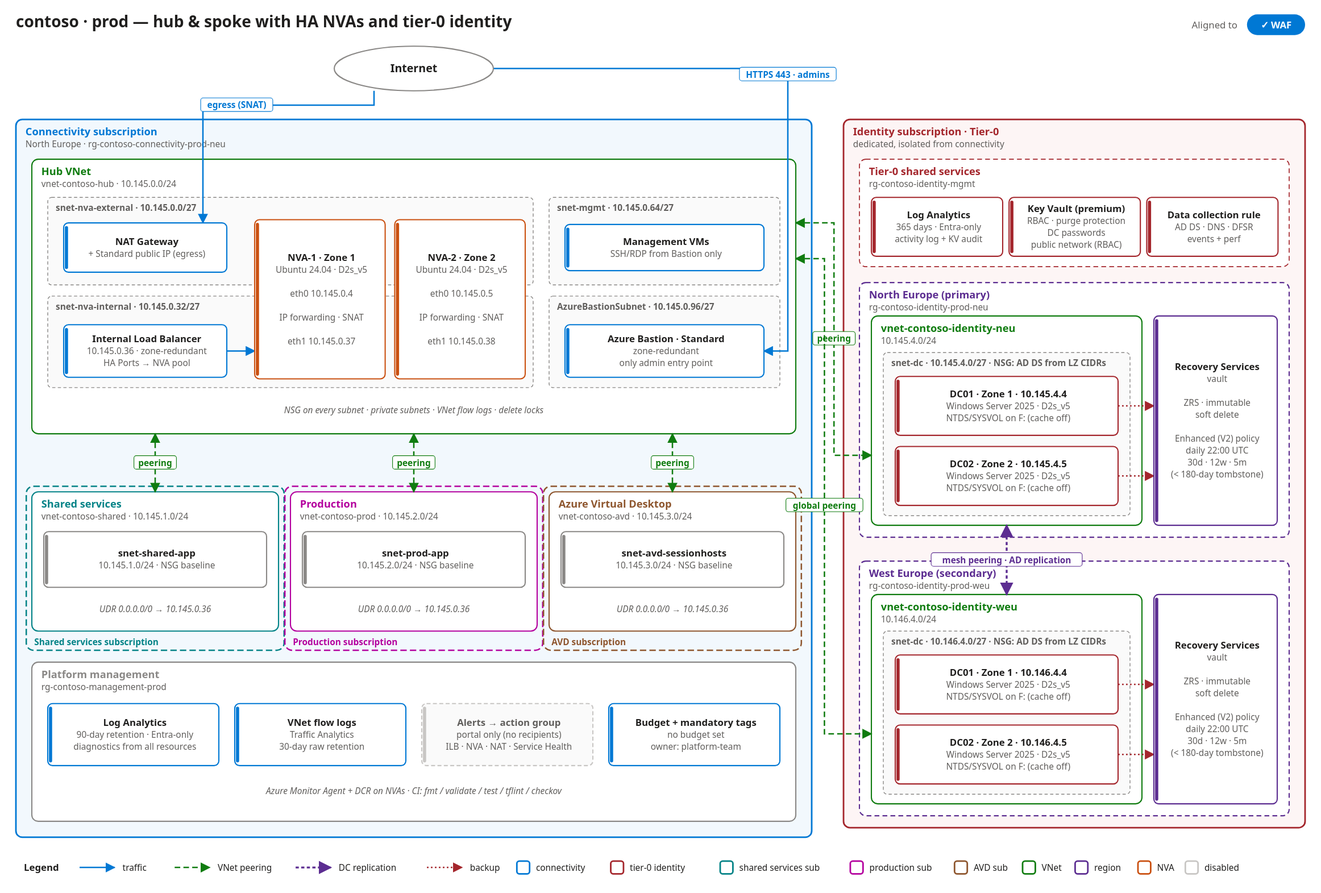
Anon212212/LandingZones keeps this draw.io diagram as docs/architecture.drawio.svg. Above is the earlier version. Source tidied: cells renumbered, new cells last; positions are measured from the earlier drawing's top-left corner, leaving out a move shared by most shapes.
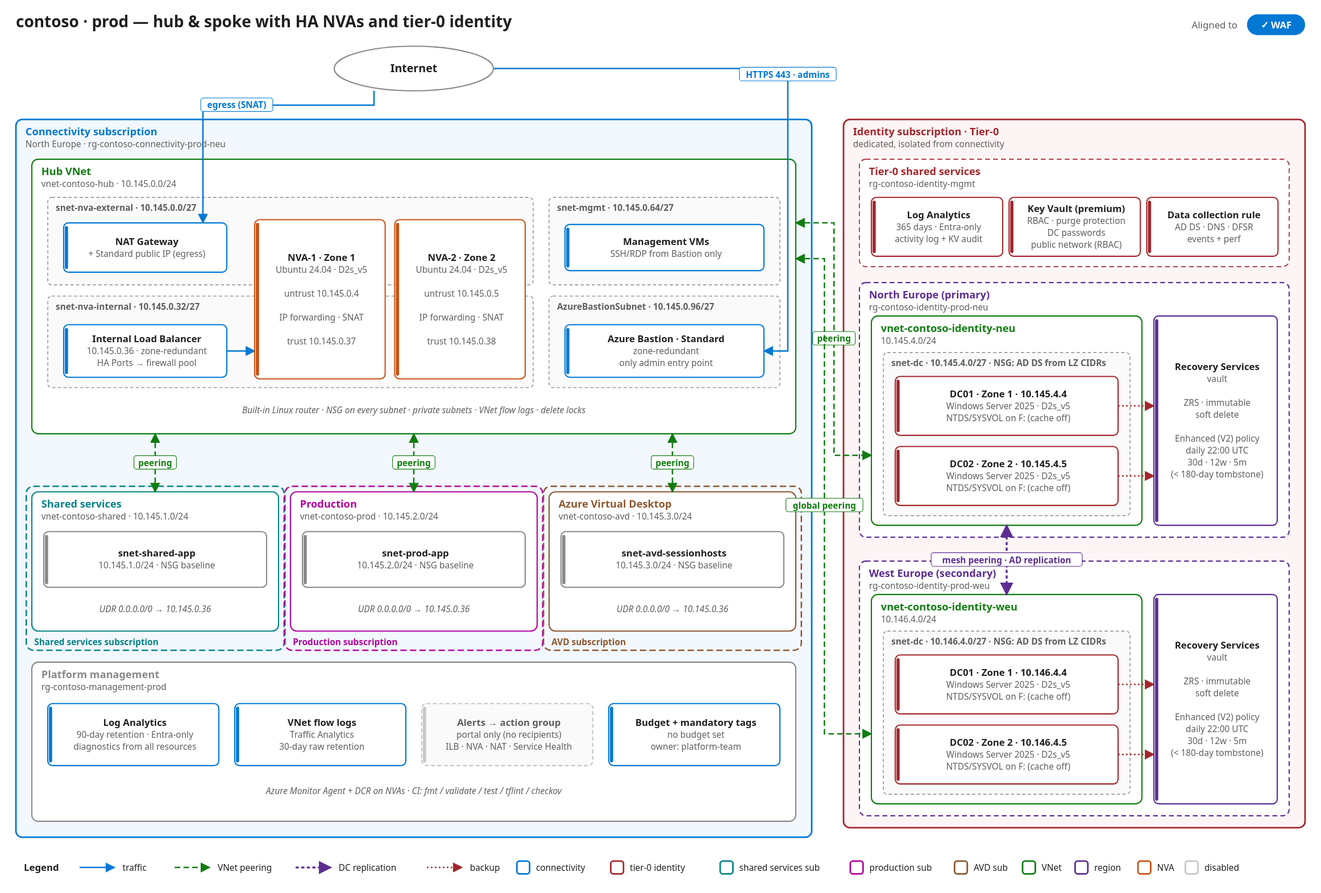
Above is the later version.

Diff of the diagram source:
```diff
@@ -23,13 +23,13 @@
     <mxCell id="8" value="&lt;b&gt;NAT Gateway&lt;/b&gt;&lt;br&gt;&lt;font style=&quot;font-size:11px&quot; color=&quot;#605E5C&quot;&gt;+ Standard public IP (egress)&lt;/font&gt;" style="rounded=1;arcSize=6;absoluteArcSize=1;whiteSpace=wrap;html=1;fillColor=#FFFFFF;strokeColor=#0078D4;strokeWidth=1.5;fontSize=12;fontColor=#201F1E;dashed=0;" parent="6" vertex="1">
       <mxGeometry x="20" y="32" width="205" height="62" as="geometry" />
     </mxCell>
-    <mxCell id="9" value="&lt;b&gt;Internal Load Balancer&lt;/b&gt;&lt;br&gt;&lt;font style=&quot;font-size:11px&quot; color=&quot;#605E5C&quot;&gt;10.145.0.36 · zone-redundant&lt;/font&gt;&lt;br&gt;&lt;font style=&quot;font-size:11px&quot; color=&quot;#605E5C&quot;&gt;HA Ports → NVA pool&lt;/font&gt;" style="rounded=1;arcSize=6;absoluteArcSize=1;whiteSpace=wrap;html=1;fillColor=#FFFFFF;strokeColor=#0078D4;strokeWidth=1.5;fontSize=12;fontColor=#201F1E;dashed=0;" parent="7" vertex="1">
+    <mxCell id="9" value="&lt;b&gt;Internal Load Balancer&lt;/b&gt;&lt;br&gt;&lt;font style=&quot;font-size:11px&quot; color=&quot;#605E5C&quot;&gt;10.145.0.36 · zone-redundant&lt;/font&gt;&lt;br&gt;&lt;font style=&quot;font-size:11px&quot; color=&quot;#605E5C&quot;&gt;HA Ports → firewall pool&lt;/font&gt;" style="rounded=1;arcSize=6;absoluteArcSize=1;whiteSpace=wrap;html=1;fillColor=#FFFFFF;strokeColor=#0078D4;strokeWidth=1.5;fontSize=12;fontColor=#201F1E;dashed=0;" parent="7" vertex="1">
       <mxGeometry x="20" y="36" width="205" height="66" as="geometry" />
     </mxCell>
-    <mxCell id="10" value="&lt;b&gt;NVA-1 · Zone 1&lt;/b&gt;&lt;br&gt;&lt;font style=&quot;font-size:11px&quot; color=&quot;#605E5C&quot;&gt;Ubuntu 24.04 · D2s_v5&lt;/font&gt;&lt;br&gt;&lt;font style=&quot;font-size:11px&quot; color=&quot;#605E5C&quot;&gt;&amp;nbsp;&lt;/font&gt;&lt;br&gt;&lt;font style=&quot;font-size:11px&quot; color=&quot;#605E5C&quot;&gt;eth0  10.145.0.4&lt;/font&gt;&lt;br&gt;&lt;font style=&quot;font-size:11px&quot; color=&quot;#605E5C&quot;&gt;&amp;nbsp;&lt;/font&gt;&lt;br&gt;&lt;font style=&quot;font-size:11px&quot; color=&quot;#605E5C&quot;&gt;IP forwarding · SNAT&lt;/font&gt;&lt;br&gt;&lt;font style=&quot;font-size:11px&quot; color=&quot;#605E5C&quot;&gt;&amp;nbsp;&lt;/font&gt;&lt;br&gt;&lt;font style=&quot;font-size:11px&quot; color=&quot;#605E5C&quot;&gt;eth1  10.145.0.37&lt;/font&gt;" style="rounded=1;arcSize=6;absoluteArcSize=1;whiteSpace=wrap;html=1;fillColor=#FFFFFF;strokeColor=#CA5010;strokeWidth=1.5;fontSize=12;fontColor=#201F1E;dashed=0;" parent="5" vertex="1">
+    <mxCell id="10" value="&lt;b&gt;NVA-1 · Zone 1&lt;/b&gt;&lt;br&gt;&lt;font style=&quot;font-size:11px&quot; color=&quot;#605E5C&quot;&gt;Ubuntu 24.04 · D2s_v5&lt;/font&gt;&lt;br&gt;&lt;font style=&quot;font-size:11px&quot; color=&quot;#605E5C&quot;&gt;&amp;nbsp;&lt;/font&gt;&lt;br&gt;&lt;font style=&quot;font-size:11px&quot; color=&quot;#605E5C&quot;&gt;untrust  10.145.0.4&lt;/font&gt;&lt;br&gt;&lt;font style=&quot;font-size:11px&quot; color=&quot;#605E5C&quot;&gt;&amp;nbsp;&lt;/font&gt;&lt;br&gt;&lt;font style=&quot;font-size:11px&quot; color=&quot;#605E5C&quot;&gt;IP forwarding · SNAT&lt;/font&gt;&lt;br&gt;&lt;font style=&quot;font-size:11px&quot; color=&quot;#605E5C&quot;&gt;&amp;nbsp;&lt;/font&gt;&lt;br&gt;&lt;font style=&quot;font-size:11px&quot; color=&quot;#605E5C&quot;&gt;trust  10.145.0.37&lt;/font&gt;" style="rounded=1;arcSize=6;absoluteArcSize=1;whiteSpace=wrap;html=1;fillColor=#FFFFFF;strokeColor=#CA5010;strokeWidth=1.5;fontSize=12;fontColor=#201F1E;dashed=0;" parent="5" vertex="1">
       <mxGeometry x="280" y="76" width="164" height="200" as="geometry" />
     </mxCell>
-    <mxCell id="11" value="&lt;b&gt;NVA-2 · Zone 2&lt;/b&gt;&lt;br&gt;&lt;font style=&quot;font-size:11px&quot; color=&quot;#605E5C&quot;&gt;Ubuntu 24.04 · D2s_v5&lt;/font&gt;&lt;br&gt;&lt;font style=&quot;font-size:11px&quot; color=&quot;#605E5C&quot;&gt;&amp;nbsp;&lt;/font&gt;&lt;br&gt;&lt;font style=&quot;font-size:11px&quot; color=&quot;#605E5C&quot;&gt;eth0  10.145.0.5&lt;/font&gt;&lt;br&gt;&lt;font style=&quot;font-size:11px&quot; color=&quot;#605E5C&quot;&gt;&amp;nbsp;&lt;/font&gt;&lt;br&gt;&lt;font style=&quot;font-size:11px&quot; color=&quot;#605E5C&quot;&gt;IP forwarding · SNAT&lt;/font&gt;&lt;br&gt;&lt;font style=&quot;font-size:11px&quot; color=&quot;#605E5C&quot;&gt;&amp;nbsp;&lt;/font&gt;&lt;br&gt;&lt;font style=&quot;font-size:11px&quot; color=&quot;#605E5C&quot;&gt;eth1  10.145.0.38&lt;/font&gt;" style="rounded=1;arcSize=6;absoluteArcSize=1;whiteSpace=wrap;html=1;fillColor=#FFFFFF;strokeColor=#CA5010;strokeWidth=1.5;fontSize=12;fontColor=#201F1E;dashed=0;" parent="5" vertex="1">
+    <mxCell id="11" value="&lt;b&gt;NVA-2 · Zone 2&lt;/b&gt;&lt;br&gt;&lt;font style=&quot;font-size:11px&quot; color=&quot;#605E5C&quot;&gt;Ubuntu 24.04 · D2s_v5&lt;/font&gt;&lt;br&gt;&lt;font style=&quot;font-size:11px&quot; color=&quot;#605E5C&quot;&gt;&amp;nbsp;&lt;/font&gt;&lt;br&gt;&lt;font style=&quot;font-size:11px&quot; color=&quot;#605E5C&quot;&gt;untrust  10.145.0.5&lt;/font&gt;&lt;br&gt;&lt;font style=&quot;font-size:11px&quot; color=&quot;#605E5C&quot;&gt;&amp;nbsp;&lt;/font&gt;&lt;br&gt;&lt;font style=&quot;font-size:11px&quot; color=&quot;#605E5C&quot;&gt;IP forwarding · SNAT&lt;/font&gt;&lt;br&gt;&lt;font style=&quot;font-size:11px&quot; color=&quot;#605E5C&quot;&gt;&amp;nbsp;&lt;/font&gt;&lt;br&gt;&lt;font style=&quot;font-size:11px&quot; color=&quot;#605E5C&quot;&gt;trust  10.145.0.38&lt;/font&gt;" style="rounded=1;arcSize=6;absoluteArcSize=1;whiteSpace=wrap;html=1;fillColor=#FFFFFF;strokeColor=#CA5010;strokeWidth=1.5;fontSize=12;fontColor=#201F1E;dashed=0;" parent="5" vertex="1">
       <mxGeometry x="456" y="76" width="164" height="200" as="geometry" />
     </mxCell>
     <mxCell id="12" value="snet-mgmt · 10.145.0.64/27" style="rounded=1;arcSize=5;absoluteArcSize=1;whiteSpace=wrap;html=1;verticalAlign=top;align=left;spacingLeft=8;fontSize=11;fontStyle=1;fontColor=#605E5C;fillColor=#FAFAFA;strokeColor=#8A8886;dashed=1;" parent="5" vertex="1">
@@ -44,7 +44,7 @@
     <mxCell id="15" value="&lt;b&gt;Azure Bastion · Standard&lt;/b&gt;&lt;br&gt;&lt;font style=&quot;font-size:11px&quot; color=&quot;#605E5C&quot;&gt;zone-redundant&lt;/font&gt;&lt;br&gt;&lt;font style=&quot;font-size:11px&quot; color=&quot;#605E5C&quot;&gt;only admin entry point&lt;/font&gt;" style="rounded=1;arcSize=6;absoluteArcSize=1;whiteSpace=wrap;html=1;fillColor=#FFFFFF;strokeColor=#0078D4;strokeWidth=1.5;fontSize=12;fontColor=#201F1E;dashed=0;" parent="14" vertex="1">
       <mxGeometry x="20" y="36" width="250" height="66" as="geometry" />
     </mxCell>
-    <mxCell id="16" value="NSG on every subnet · private subnets · VNet flow logs · delete locks" style="text;html=1;align=center;verticalAlign=middle;fontSize=11;fontStyle=2;fontColor=#605E5C;" parent="5" vertex="1">
+    <mxCell id="16" value="Built-in Linux router · NSG on every subnet · private subnets · VNet flow logs · delete locks" style="text;html=1;align=center;verticalAlign=middle;fontSize=11;fontStyle=2;fontColor=#605E5C;" parent="5" vertex="1">
       <mxGeometry x="20" y="298" width="920" height="34" as="geometry" />
     </mxCell>
     <mxCell id="17" value="Shared services subscription" style="rounded=1;arcSize=9;absoluteArcSize=1;whiteSpace=wrap;html=1;verticalAlign=bottom;align=left;spacingLeft=8;fontSize=11;fontStyle=1;fontColor=#038387;fillColor=none;strokeColor=#038387;strokeWidth=1.8;dashed=1;dashPattern=8 4;" parent="4" vertex="1">
```
